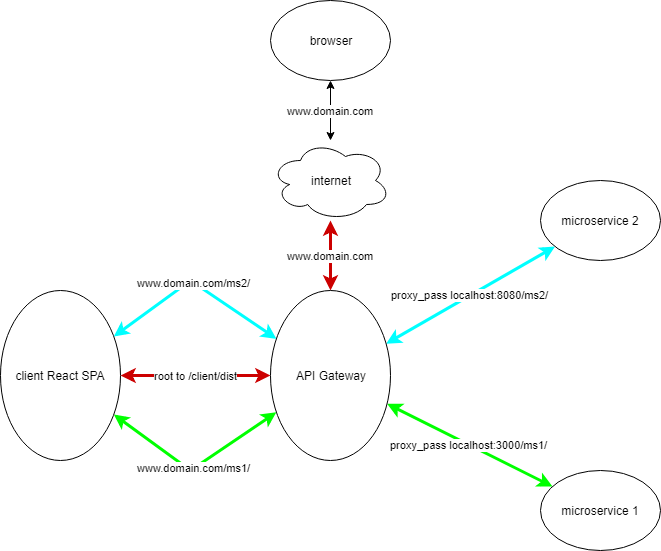
Above: api_gateway_concept.png in stsiwo/api_gateway_concept (draw.io), before the change. Source tidied: cells renumbered, new cells last; positions are measured from the earlier drawing's top-left corner, leaving out a move shared by most shapes.
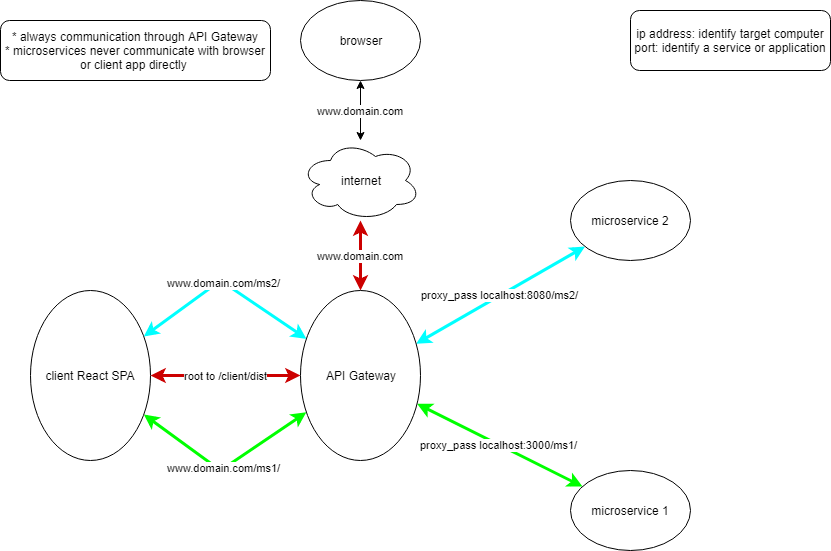
After the commit.

What changed in the source:
```diff
@@ -49,5 +49,11 @@
     <mxCell id="14" value="microservice 2" style="ellipse;whiteSpace=wrap;html=1;" parent="1" vertex="1">
       <mxGeometry x="540" y="180" width="120" height="80" as="geometry" />
     </mxCell>
+    <mxCell id="15" value="* always communication through API Gateway&lt;br&gt;* microservices never communicate with browser or client app directly&amp;nbsp;&lt;br&gt;" style="rounded=1;whiteSpace=wrap;html=1;" parent="1" vertex="1">
+      <mxGeometry x="-30" y="20" width="270" height="60" as="geometry" />
+    </mxCell>
+    <mxCell id="16" value="ip address: identify target computer&lt;br&gt;port: identify a service or application&lt;br&gt;" style="rounded=1;whiteSpace=wrap;html=1;" parent="1" vertex="1">
+      <mxGeometry x="600" y="10" width="200" height="60" as="geometry" />
+    </mxCell>
   </root>
 </mxGraphModel>
```
